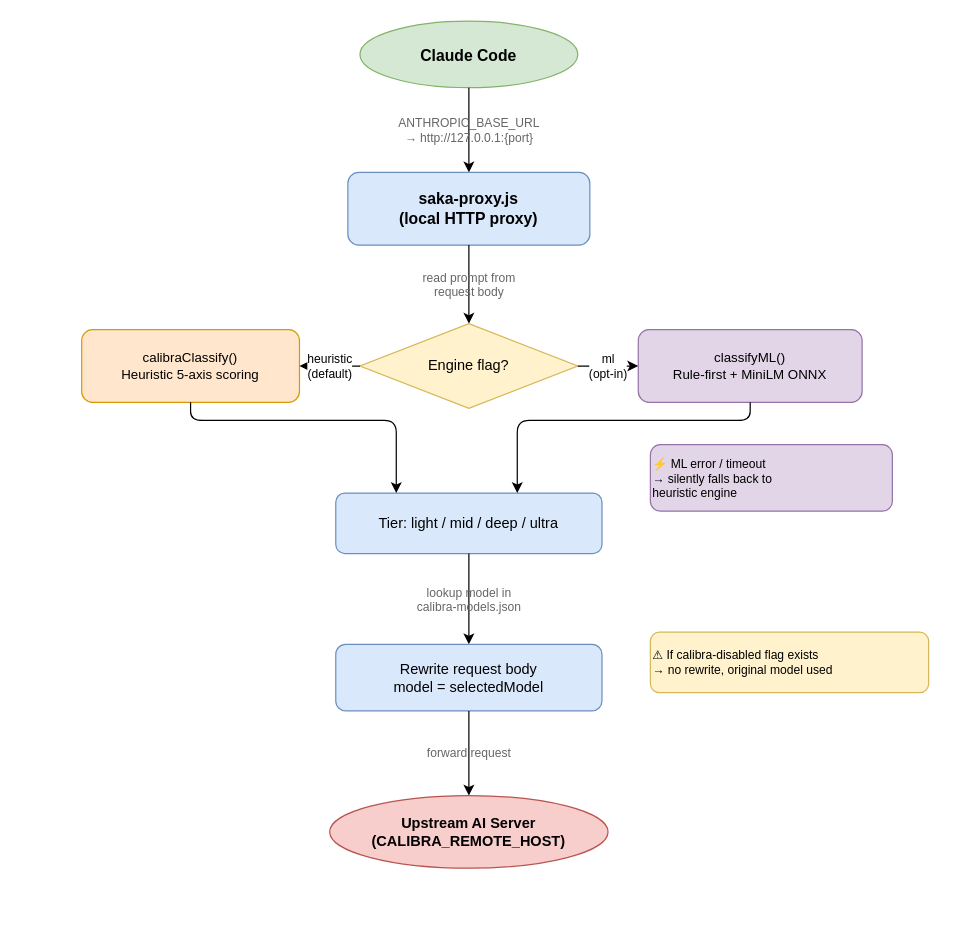
The draw.io diagram docs/diagrams/proxy-architecture.drawio in atesibrahim/calibra, before the edit. Source tidied: cells renumbered, new cells numbered last; positions are measured from the earlier drawing's top-left corner, leaving out a move shared by most shapes. Both pictures are drawn from the tidied source at 121%, with x=0, y=0 at pixel (81, 21).
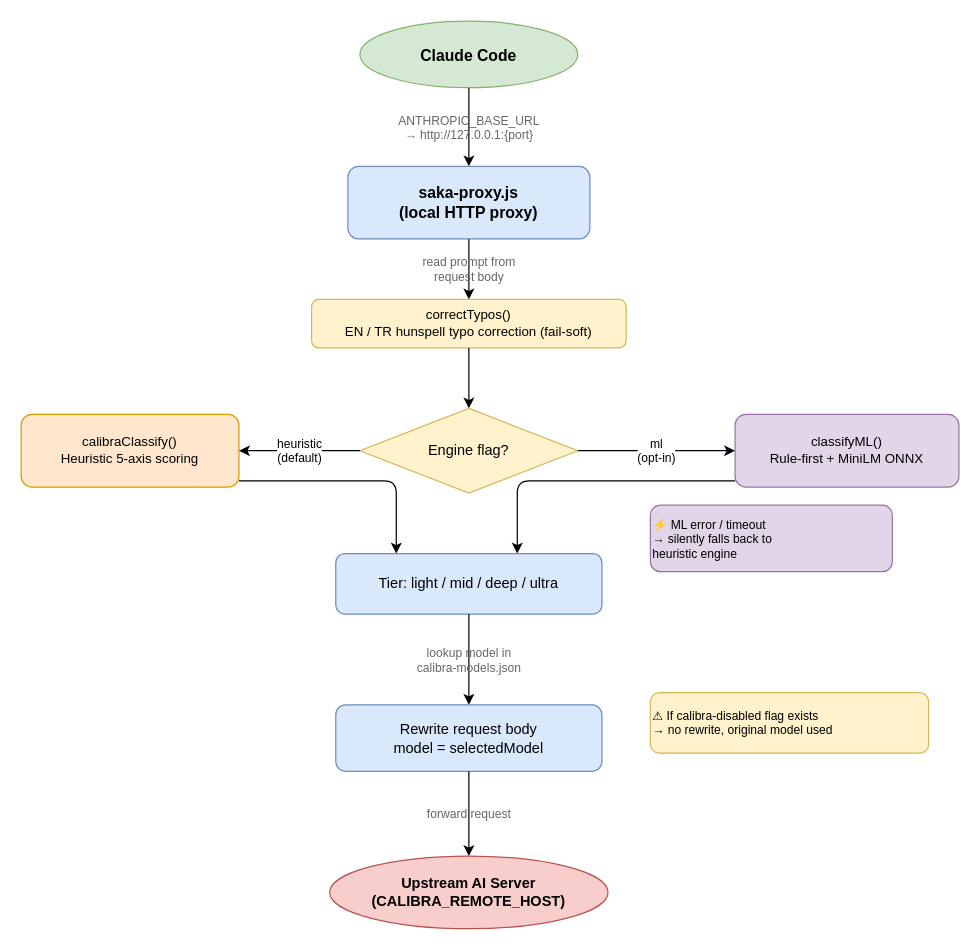
The same diagram, later.

Diff of the diagram source:
```diff
@@
     <mxCell id="4" value="saka-proxy.js&#10;(local HTTP proxy)" style="rounded=1;whiteSpace=wrap;html=1;fillColor=#dae8fc;strokeColor=#6c8ebf;fontSize=13;fontStyle=1;" parent="1" vertex="1">
-      <mxGeometry x="220" y="125" width="200" height="60" as="geometry" />
+      <mxGeometry x="220" y="120" width="200" height="60" as="geometry" />
     </mxCell>
-    <mxCell id="5" value="read prompt from&#10;request body" style="edgeStyle=orthogonalEdgeStyle;html=1;fontSize=10;fontColor=#666666;labelBackgroundColor=none;" parent="1" edge="1" source="4" target="6">
+    <mxCell id="5" value="read prompt from&#10;request body" style="edgeStyle=orthogonalEdgeStyle;html=1;fontSize=10;fontColor=#666666;labelBackgroundColor=none;" parent="1" edge="1" source="4" target="20">
       <mxGeometry relative="1" as="geometry" />
     </mxCell>
+    <mxCell id="20" value="correctTypos()&#10;EN / TR hunspell typo correction (fail-soft)" style="rounded=1;whiteSpace=wrap;html=1;fillColor=#fff2cc;strokeColor=#d6b656;fontSize=11;" parent="1" vertex="1">
+      <mxGeometry x="190" y="230" width="260" height="40" as="geometry" />
+    </mxCell>
+    <mxCell id="21" style="edgeStyle=orthogonalEdgeStyle;html=1;fontSize=10;fontColor=#666666;labelBackgroundColor=none;" parent="1" edge="1" source="20" target="6">
+      <mxGeometry relative="1" as="geometry" />
+    </mxCell>
     <mxCell id="6" value="Engine flag?" style="rhombus;whiteSpace=wrap;html=1;fillColor=#fff2cc;strokeColor=#d6b656;fontSize=12;" parent="1" vertex="1">
-      <mxGeometry x="230" y="250" width="180" height="70" as="geometry" />
+      <mxGeometry x="230" y="320" width="180" height="70" as="geometry" />
     </mxCell>
     <mxCell id="7" value="calibraClassify()&#10;Heuristic 5-axis scoring" style="rounded=1;whiteSpace=wrap;html=1;fillColor=#ffe6cc;strokeColor=#d79b00;fontSize=11;" parent="1" vertex="1">
-      <mxGeometry y="255" width="180" height="60" as="geometry" />
+      <mxGeometry x="-50" y="325" width="180" height="60" as="geometry" />
     </mxCell>
     <mxCell id="8" value="classifyML()&#10;Rule-first + MiniLM ONNX" style="rounded=1;whiteSpace=wrap;html=1;fillColor=#e1d5e7;strokeColor=#9673a6;fontSize=11;" parent="1" vertex="1">
-      <mxGeometry x="460" y="255" width="185" height="60" as="geometry" />
+      <mxGeometry x="540" y="325" width="185" height="60" as="geometry" />
     </mxCell>
@@
     <mxCell id="11" value="Tier: light / mid / deep / ultra" style="rounded=1;whiteSpace=wrap;html=1;fillColor=#dae8fc;strokeColor=#6c8ebf;fontSize=12;" parent="1" vertex="1">
-      <mxGeometry x="210" y="390" width="220" height="50" as="geometry" />
+      <mxGeometry x="210" y="440" width="220" height="50" as="geometry" />
     </mxCell>
     <mxCell id="12" style="edgeStyle=orthogonalEdgeStyle;html=1;" parent="1" edge="1" source="7" target="11">
       <mxGeometry relative="1" as="geometry">
         <Array as="points">
-          <mxPoint x="90" y="330" />
-          <mxPoint x="260" y="330" />
+          <mxPoint x="90" y="380" />
+          <mxPoint x="260" y="380" />
         </Array>
       </mxGeometry>
     </mxCell>
     <mxCell id="13" style="edgeStyle=orthogonalEdgeStyle;html=1;" parent="1" edge="1" source="8" target="11">
       <mxGeometry relative="1" as="geometry">
         <Array as="points">
-          <mxPoint x="553" y="330" />
-          <mxPoint x="360" y="330" />
+          <mxPoint x="553" y="380" />
+          <mxPoint x="360" y="380" />
         </Array>
       </mxGeometry>
     </mxCell>
@@
     <mxCell id="15" value="Rewrite request body&#10;model = selectedModel" style="rounded=1;whiteSpace=wrap;html=1;fillColor=#dae8fc;strokeColor=#6c8ebf;fontSize=12;" parent="1" vertex="1">
-      <mxGeometry x="210" y="515" width="220" height="55" as="geometry" />
+      <mxGeometry x="210" y="565" width="220" height="55" as="geometry" />
     </mxCell>
@@
     <mxCell id="17" value="Upstream AI Server&#10;(CALIBRA_REMOTE_HOST)" style="ellipse;whiteSpace=wrap;html=1;fillColor=#f8cecc;strokeColor=#b85450;fontSize=12;fontStyle=1;" parent="1" vertex="1">
-      <mxGeometry x="205" y="640" width="230" height="60" as="geometry" />
+      <mxGeometry x="205" y="690" width="230" height="60" as="geometry" />
     </mxCell>
     <mxCell id="18" value="⚠ If calibra-disabled flag exists&#10;→ no rewrite, original model used" style="text;html=1;strokeColor=none;fillColor=#fff2cc;align=left;verticalAlign=middle;whiteSpace=wrap;rounded=1;fontSize=10;strokeColor=#d6b656;" parent="1" vertex="1">
-      <mxGeometry x="470" y="505" width="230" height="50" as="geometry" />
+      <mxGeometry x="470" y="555" width="230" height="50" as="geometry" />
     </mxCell>
     <mxCell id="19" value="⚡ ML error / timeout&#10;→ silently falls back to&#10;heuristic engine" style="text;html=1;strokeColor=none;fillColor=#e1d5e7;align=left;verticalAlign=middle;whiteSpace=wrap;rounded=1;fontSize=10;strokeColor=#9673a6;" parent="1" vertex="1">
-      <mxGeometry x="470" y="350" width="200" height="55" as="geometry" />
+      <mxGeometry x="470" y="400" width="200" height="55" as="geometry" />
     </mxCell>
```
